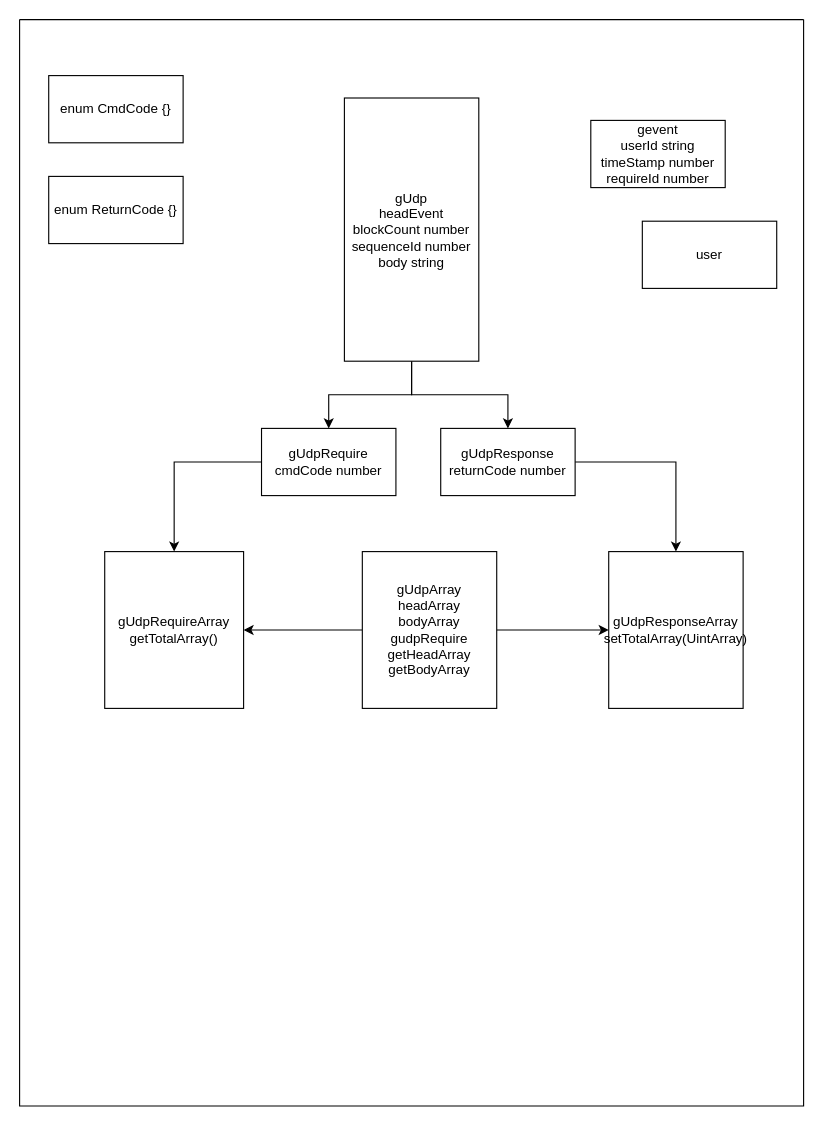
The draw.io diagram Untitled Diagram.drawio in 605682883/flowPhoto, before the edit. Source tidied: cells renumbered, new cells numbered last; positions are measured from the earlier drawing's top-left corner, leaving out a move shared by most shapes. Both pictures are drawn from the tidied source at 112%, with x=0, y=0 at pixel (19, 19).
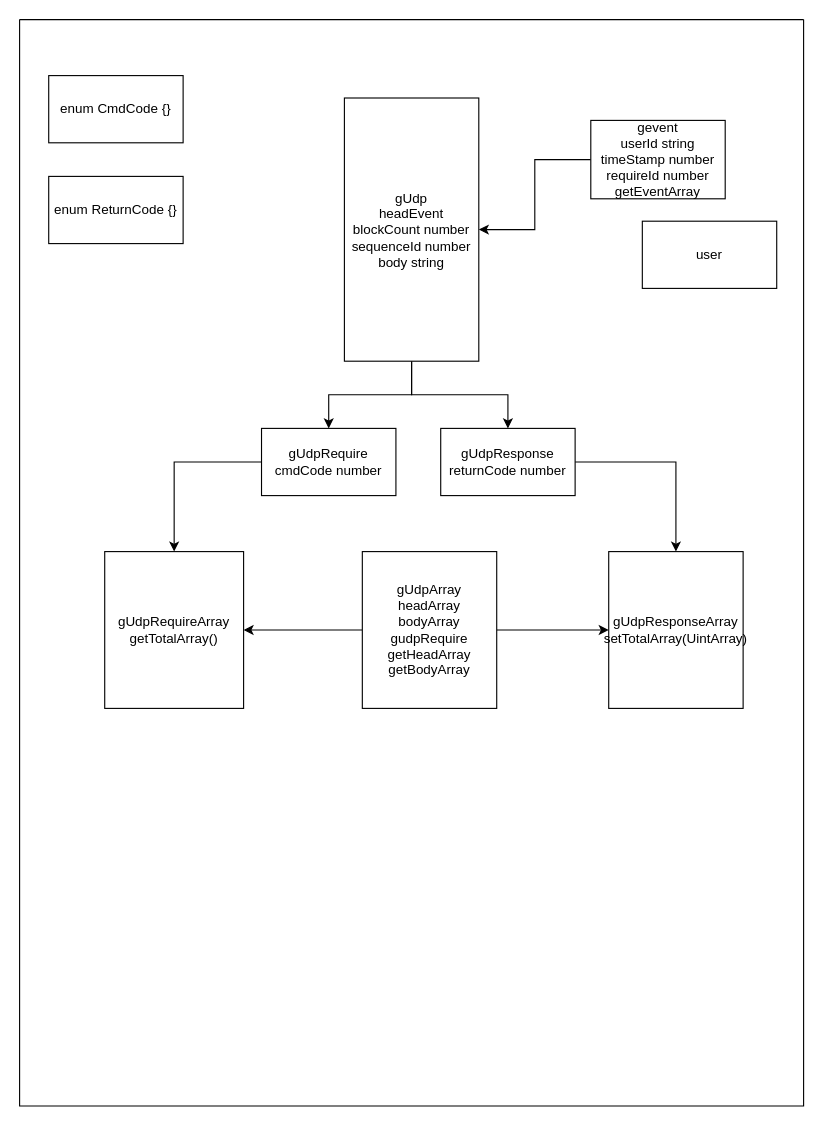
The same page after the edit.

Change to the diagram source:
```diff
@@
 <mxGraphModel>
   <root>
     <mxCell id="0" />
     <mxCell id="1" parent="0" />
     <mxCell id="2" style="swimlane;startSize=0;" parent="1" vertex="1">
       <mxGeometry width="700" height="970" as="geometry" />
     </mxCell>
     <mxCell id="3" value="user" style="rounded=0;whiteSpace=wrap;html=1;" parent="2" vertex="1">
       <mxGeometry x="556" y="180" width="120" height="60" as="geometry" />
     </mxCell>
     <mxCell id="4" style="edgeStyle=orthogonalEdgeStyle;rounded=0;jettySize=auto;html=1;" parent="2" edge="1" source="6" target="15">
       <mxGeometry relative="1" as="geometry" />
     </mxCell>
     <mxCell id="5" style="edgeStyle=orthogonalEdgeStyle;rounded=0;jettySize=auto;html=1;" parent="2" edge="1" source="6" target="16">
       <mxGeometry relative="1" as="geometry" />
     </mxCell>
     <mxCell id="6" value="gUdpArray&lt;br&gt;headArray&lt;br&gt;bodyArray&lt;br&gt;gudpRequire&lt;br&gt;getHeadArray&lt;br&gt;getBodyArray" style="rounded=0;whiteSpace=wrap;html=1;" parent="2" vertex="1">
       <mxGeometry x="306" y="475" width="120" height="140" as="geometry" />
     </mxCell>
+    <mxCell id="19" style="edgeStyle=orthogonalEdgeStyle;rounded=0;jettySize=auto;html=1;entryX=1;entryY=0.5;entryDx=0;entryDy=0;" parent="2" edge="1" source="7" target="10">
+      <mxGeometry relative="1" as="geometry" />
+    </mxCell>
-    <mxCell id="7" value="gevent&lt;br&gt;userId string&lt;br&gt;timeStamp number&lt;br&gt;requireId number" style="rounded=0;whiteSpace=wrap;html=1;" parent="2" vertex="1">
-      <mxGeometry x="510" y="90" width="120" height="60" as="geometry" />
+    <mxCell id="7" value="gevent&lt;br&gt;userId string&lt;br&gt;timeStamp number&lt;br&gt;requireId number&lt;br&gt;getEventArray" style="rounded=0;whiteSpace=wrap;html=1;" parent="2" vertex="1">
+      <mxGeometry x="510" y="90" width="120" height="70" as="geometry" />
     </mxCell>
     <mxCell id="8" style="edgeStyle=orthogonalEdgeStyle;rounded=0;jettySize=auto;html=1;" parent="2" edge="1" source="10" target="12">
       <mxGeometry relative="1" as="geometry" />
     </mxCell>
     <mxCell id="9" style="edgeStyle=orthogonalEdgeStyle;rounded=0;jettySize=auto;html=1;" parent="2" edge="1" source="10" target="14">
       <mxGeometry relative="1" as="geometry" />
     </mxCell>
     <mxCell id="10" value="gUdp&lt;br&gt;headEvent&lt;br&gt;blockCount number&lt;br&gt;sequenceId number&lt;br&gt;body string" style="rounded=0;whiteSpace=wrap;html=1;" parent="2" vertex="1">
       <mxGeometry x="290" y="70" width="120" height="235" as="geometry" />
     </mxCell>
     <mxCell id="11" style="edgeStyle=orthogonalEdgeStyle;rounded=0;jettySize=auto;html=1;entryX=0.5;entryY=0;entryDx=0;entryDy=0;" parent="2" edge="1" source="12" target="15">
       <mxGeometry relative="1" as="geometry" />
     </mxCell>
     <mxCell id="12" value="&lt;span&gt;gUdpRequire&lt;br&gt;cmdCode number&lt;/span&gt;" style="rounded=0;whiteSpace=wrap;html=1;" parent="2" vertex="1">
       <mxGeometry x="216" y="365" width="120" height="60" as="geometry" />
     </mxCell>
     <mxCell id="13" style="edgeStyle=orthogonalEdgeStyle;rounded=0;jettySize=auto;html=1;entryX=0.5;entryY=0;entryDx=0;entryDy=0;" parent="2" edge="1" source="14" target="16">
       <mxGeometry relative="1" as="geometry" />
     </mxCell>
     <mxCell id="14" value="&lt;span&gt;gUdpResponse&lt;br&gt;returnCode number&lt;/span&gt;" style="rounded=0;whiteSpace=wrap;html=1;" parent="2" vertex="1">
       <mxGeometry x="376" y="365" width="120" height="60" as="geometry" />
     </mxCell>
     <mxCell id="15" value="gUdpRequireArray&lt;br&gt;getTotalArray()" style="rounded=0;whiteSpace=wrap;html=1;" parent="2" vertex="1">
       <mxGeometry x="76" y="475" width="124" height="140" as="geometry" />
     </mxCell>
     <mxCell id="16" value="gUdpResponseArray&lt;br&gt;setTotalArray(UintArray)" style="rounded=0;whiteSpace=wrap;html=1;" parent="2" vertex="1">
       <mxGeometry x="526" y="475" width="120" height="140" as="geometry" />
     </mxCell>
     <mxCell id="17" value="enum CmdCode {}" style="rounded=0;whiteSpace=wrap;html=1;" parent="2" vertex="1">
       <mxGeometry x="26" y="50" width="120" height="60" as="geometry" />
     </mxCell>
     <mxCell id="18" value="enum ReturnCode {}" style="rounded=0;whiteSpace=wrap;html=1;" parent="2" vertex="1">
       <mxGeometry x="26" y="140" width="120" height="60" as="geometry" />
     </mxCell>
   </root>
 </mxGraphModel>
```
